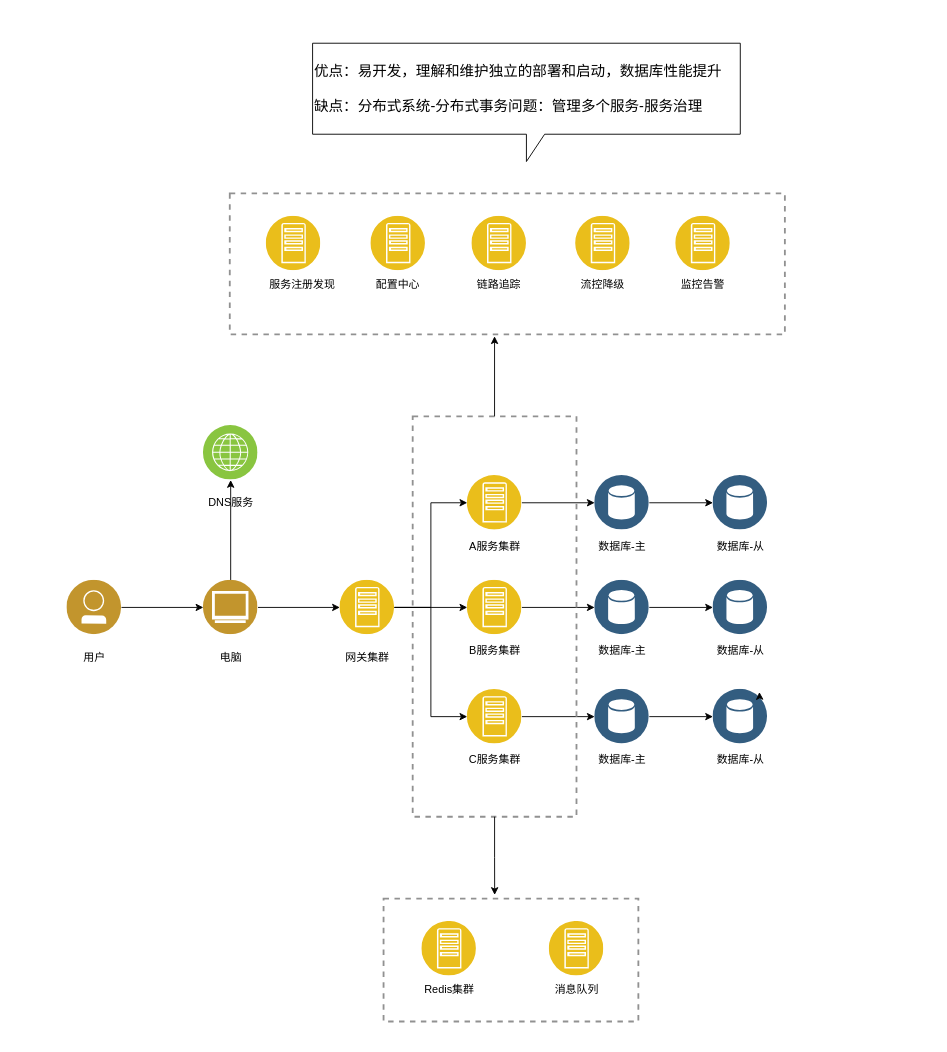
Before: 微服务化分库分表架构.drawio in ChengziMao/helloword, a draw.io diagram. Source tidied: cells renumbered, new cells numbered last; positions are measured from the earlier drawing's top-left corner, leaving out a move shared by most shapes. Both pictures are drawn from the tidied source at 91%, with x=0, y=0 at pixel (66, 43).
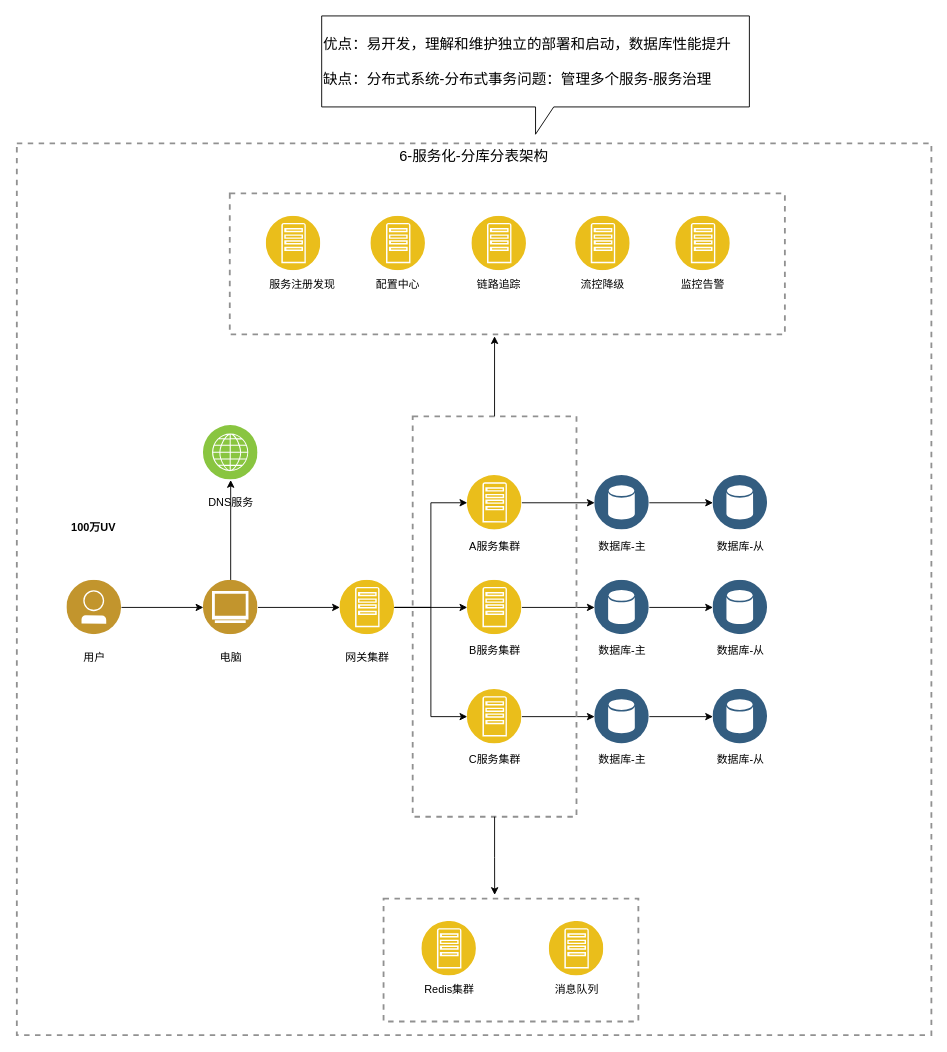
The same diagram, later.

Commit message (it also covers changes not shown here):
更新微服务化分库分表架构.drawio

Change to the diagram source:
```diff
@@
+    <mxCell id="62" value="6-服务化-分库分表架构" style="fontStyle=0;verticalAlign=top;align=center;spacingTop=-2;fillColor=none;rounded=0;whiteSpace=wrap;html=1;strokeColor=#919191;strokeWidth=2;dashed=1;fontSize=16;" parent="1" vertex="1">
+      <mxGeometry x="-55" y="110" width="1005" height="980" as="geometry" />
+    </mxCell>
+    <mxCell id="38" style="image;perimeter=ellipsePerimeter;html=1;align=center;shadow=0;dashed=0;fontColor=#4277BB;labelBackgroundColor=default;fontSize=12;spacingTop=3;image=img/lib/ibm/data/data_services.svg;" parent="62" vertex="1">
+      <mxGeometry x="765" y="600" width="60" height="60" as="geometry" />
+    </mxCell>
@@
-    <mxCell id="38" style="image;perimeter=ellipsePerimeter;html=1;align=center;shadow=0;dashed=0;fontColor=#4277BB;labelBackgroundColor=default;fontSize=12;spacingTop=3;image=img/lib/ibm/data/data_services.svg;" parent="1" vertex="1">
-      <mxGeometry x="710" y="710" width="60" height="60" as="geometry" />
-    </mxCell>
@@
-    <mxCell id="40" style="edgeStyle=orthogonalEdgeStyle;rounded=0;orthogonalLoop=1;jettySize=auto;html=1;exitX=1;exitY=0;exitDx=0;exitDy=0;entryX=0.85;entryY=0.05;entryDx=0;entryDy=0;entryPerimeter=0;" parent="1" edge="1" source="38" target="38">
-      <mxGeometry relative="1" as="geometry" />
-    </mxCell>
@@
     <mxCell id="61" value="优点：易开发，理解和维护独立的部署和启动，数据库性能提升&lt;div&gt;&lt;br&gt;&lt;/div&gt;&lt;div&gt;缺点：分布式系统-分布式事务问题：管理多个服务-服务治理&lt;/div&gt;" style="shape=callout;whiteSpace=wrap;html=1;perimeter=calloutPerimeter;align=left;fontSize=16;" parent="1" vertex="1">
-      <mxGeometry x="270" width="470" height="130" as="geometry" />
+      <mxGeometry x="280" y="-30" width="470" height="130" as="geometry" />
     </mxCell>
+    <mxCell id="63" value="100万UV" style="text;html=1;align=center;verticalAlign=middle;strokeColor=none;fillColor=none;fontStyle=1;" parent="1" vertex="1">
+      <mxGeometry x="-6" y="518" width="70" height="30" as="geometry" />
+    </mxCell>
```
